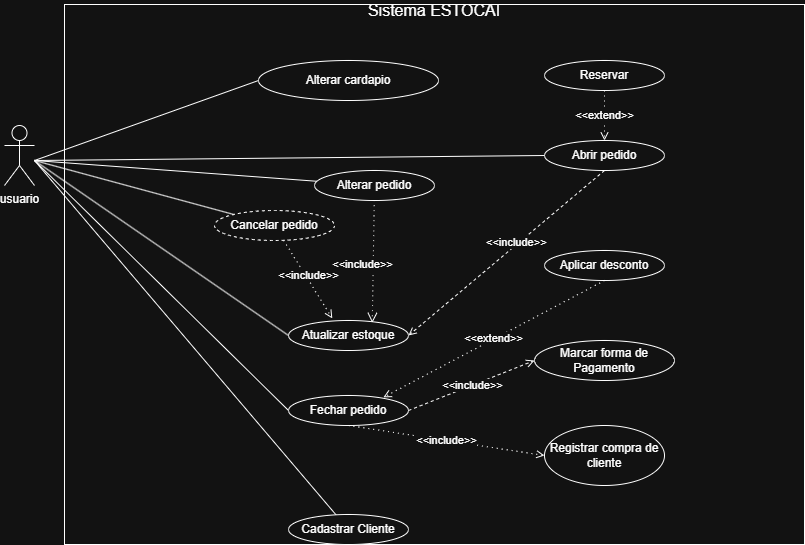
This is Assets/Diagrama_de_Casos_de_Usos.drawio.png from garbomurilo/Estocai, a draw.io export, as it was before one commit. Source tidied: cells renumbered, new cells last; positions are measured from the earlier drawing's top-left corner, leaving out a move shared by most shapes.
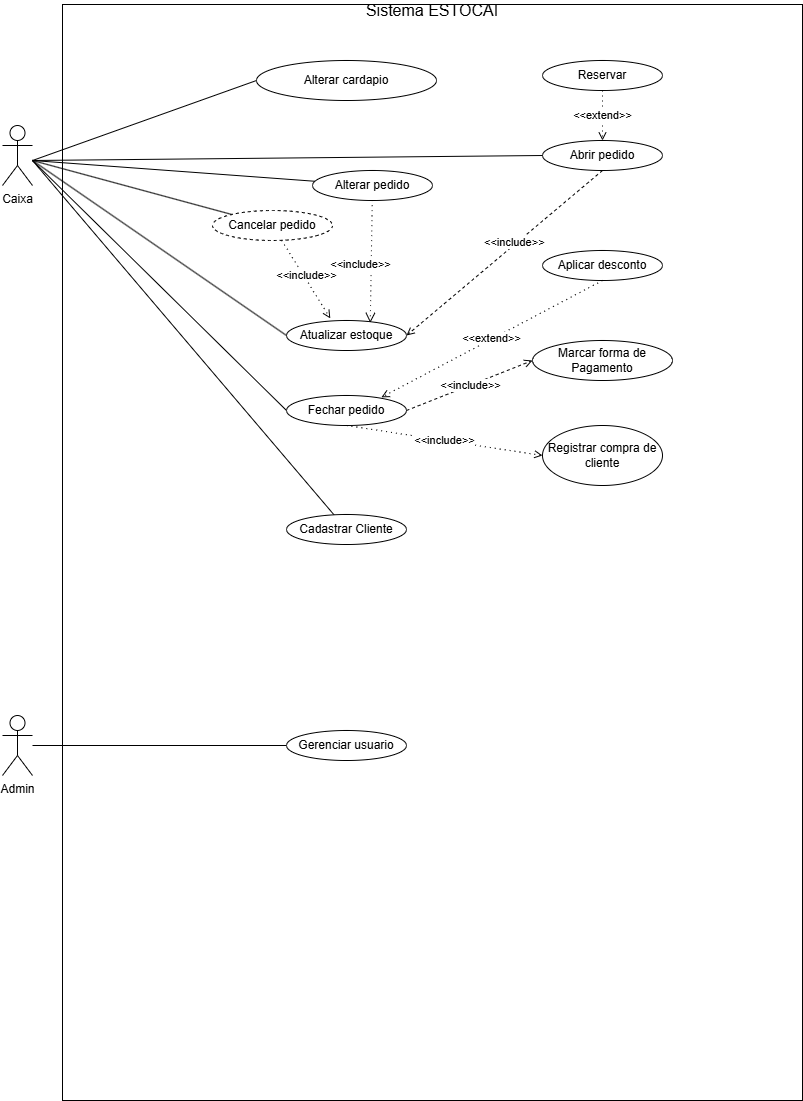
After the change.

The edit, as a diff of the source:
```diff
@@ -3,7 +3,7 @@
     <mxCell id="0" />
     <mxCell id="1" parent="0" />
     <mxCell id="2" style="rounded=0;whiteSpace=wrap;html=1;" parent="1" vertex="1">
-      <mxGeometry x="60" y="4" width="740" height="540" as="geometry" />
+      <mxGeometry x="60" y="4" width="740" height="1096" as="geometry" />
     </mxCell>
     <mxCell id="3" style="edgeStyle=none;curved=1;rounded=0;jettySize=auto;html=1;entryX=0;entryY=0.5;entryDx=0;entryDy=0;fontSize=12;startSize=8;endSize=8;endArrow=none;endFill=0;" parent="1" edge="1" target="28">
       <mxGeometry relative="1" as="geometry">
@@ -15,7 +15,7 @@
         <mxPoint x="30" y="160" as="sourcePoint" />
       </mxGeometry>
     </mxCell>
-    <mxCell id="5" value="&lt;div&gt;usuario&lt;/div&gt;" style="shape=umlActor;verticalLabelPosition=bottom;verticalAlign=top;html=1;" parent="1" vertex="1">
+    <mxCell id="5" value="&lt;div&gt;Caixa&lt;/div&gt;" style="shape=umlActor;verticalLabelPosition=bottom;verticalAlign=top;html=1;" parent="1" vertex="1">
       <mxGeometry y="125" width="30" height="60" as="geometry" />
     </mxCell>
     <mxCell id="6" value="Abrir pedido" style="ellipse;whiteSpace=wrap;html=1;" parent="1" vertex="1">
@@ -121,5 +121,14 @@
         <mxPoint x="30" y="160" as="targetPoint" />
       </mxGeometry>
     </mxCell>
+    <mxCell id="35" style="edgeStyle=orthogonalEdgeStyle;rounded=0;jettySize=auto;html=1;entryX=0;entryY=0.5;entryDx=0;entryDy=0;endArrow=none;endFill=0;" parent="1" edge="1" source="36" target="37">
+      <mxGeometry relative="1" as="geometry" />
+    </mxCell>
+    <mxCell id="36" value="&lt;div&gt;Admin&lt;/div&gt;" style="shape=umlActor;verticalLabelPosition=bottom;verticalAlign=top;html=1;outlineConnect=0;" parent="1" vertex="1">
+      <mxGeometry y="715" width="30" height="60" as="geometry" />
+    </mxCell>
+    <mxCell id="37" value="Gerenciar usuario" style="ellipse;whiteSpace=wrap;html=1;" parent="1" vertex="1">
+      <mxGeometry x="284" y="730" width="120" height="30" as="geometry" />
+    </mxCell>
   </root>
 </mxGraphModel>
```
